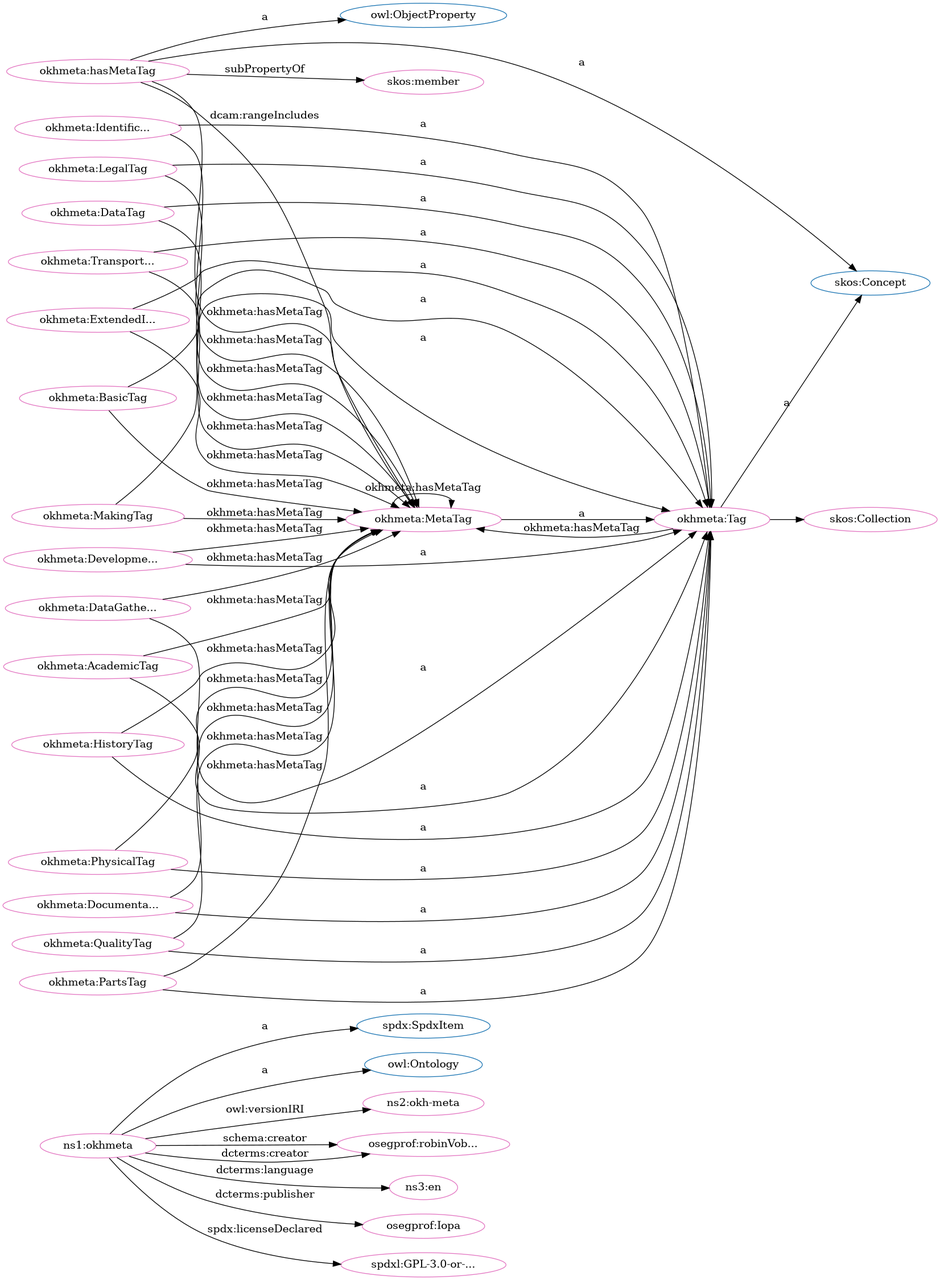
Above: src/spec/dot_okh-meta.png in iop-alliance/OpenKnowHow (Graphviz), before the change. Its source is kept beside it as src/spec/dot_okh-meta.dot.
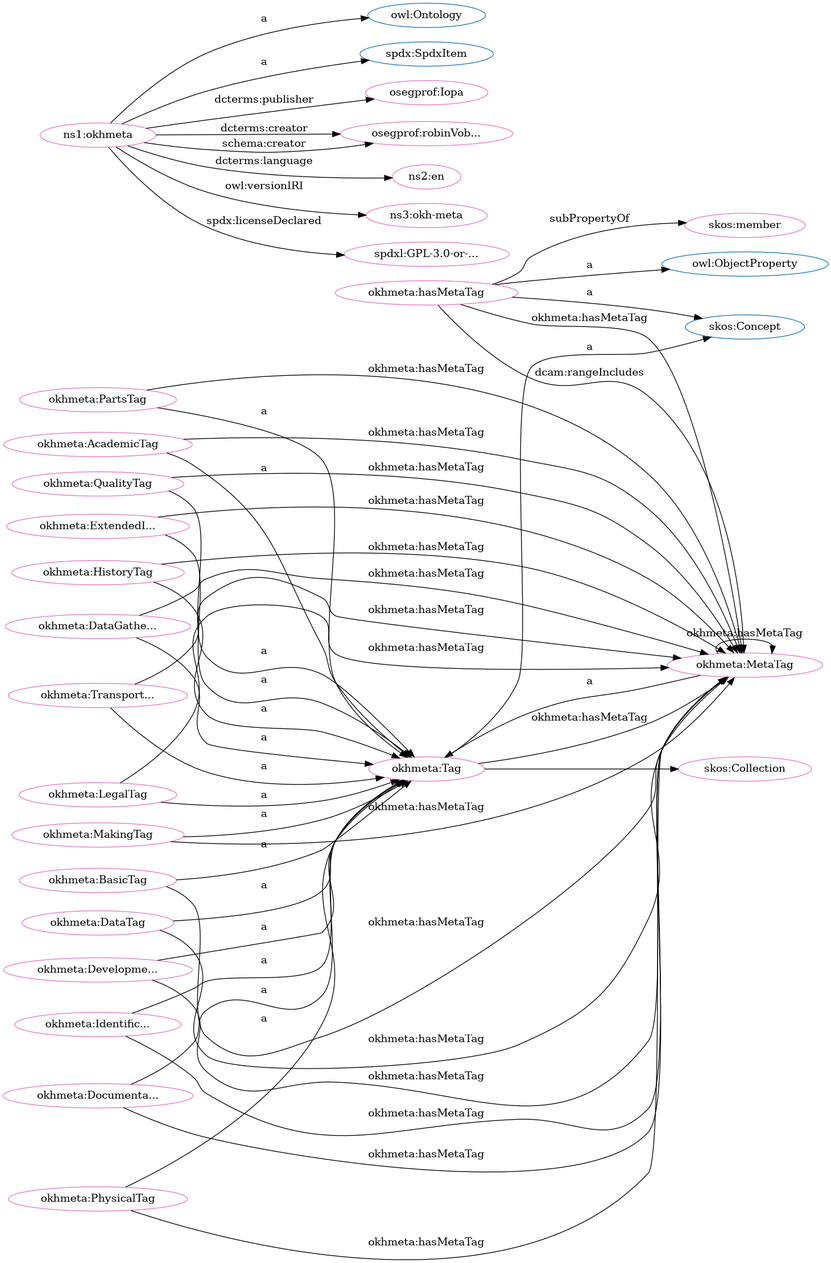
After the change.

Change to the diagram source:
```diff
@@ -1,84 +1,84 @@
 digraph G {
   rankdir=BT
   node[height=.3]
-"http://spdx.org/rdf/terms#SpdxItem" [fillcolor="#1f77b4" color="#1f77b4" label="spdx:SpdxItem"]
+"http://www.w3.org/2004/02/skos/core#Concept" [fillcolor="#1f77b4" color="#1f77b4" label="skos:Concept"]
+"http://w3id.org/oseg/ont/okhmeta#Tag" [fillcolor="#1f77b4" color="#1f77b4" label="okhmeta:Tag"]
+"http://www.w3.org/2004/02/skos/core#Collection" [fillcolor="#1f77b4" color="#1f77b4" label="skos:Collection"]
 "http://www.w3.org/2002/07/owl#Ontology" [fillcolor="#1f77b4" color="#1f77b4" label="owl:Ontology"]
 "http://www.w3.org/2002/07/owl#ObjectProperty" [fillcolor="#1f77b4" color="#1f77b4" label="owl:ObjectProperty"]
-"http://w3id.org/oseg/ont/okhmeta#Tag" [fillcolor="#1f77b4" color="#1f77b4" label="okhmeta:Tag"]
-"http://www.w3.org/2004/02/skos/core#Concept" [fillcolor="#1f77b4" color="#1f77b4" label="skos:Concept"]
-"http://www.w3.org/2004/02/skos/core#Collection" [fillcolor="#1f77b4" color="#1f77b4" label="skos:Collection"]
-"http://w3id.org/oseg/ont/okhmeta#MetaTag" [fillcolor="#e377c2" color="#e377c2" label="okhmeta:MetaTag"]
-"http://w3id.org/oseg/ont/okhmeta#hasMetaTag" [fillcolor="#e377c2" color="#e377c2" label="okhmeta:hasMetaTag"]
-"http://w3id.org/oseg/ont/okhmeta#TransportationTag" [fillcolor="#e377c2" color="#e377c2" label="okhmeta:Transport..."]
-"http://w3id.org/oseg/ont/okhmeta#PartsTag" [fillcolor="#e377c2" color="#e377c2" label="okhmeta:PartsTag"]
-"http://w3id.org/oseg/ont/okhmeta#ExtendedInfoTag" [fillcolor="#e377c2" color="#e377c2" label="okhmeta:ExtendedI..."]
+"http://spdx.org/rdf/terms#SpdxItem" [fillcolor="#1f77b4" color="#1f77b4" label="spdx:SpdxItem"]
 "http://w3id.org/oseg/ont/okhmeta#HistoryTag" [fillcolor="#e377c2" color="#e377c2" label="okhmeta:HistoryTag"]
 "http://w3id.org/oseg/ont/okhmeta" [fillcolor="#e377c2" color="#e377c2" label="ns1:okhmeta"]
+"http://w3id.org/oseg/ont/okhmeta#IdentificationTag" [fillcolor="#e377c2" color="#e377c2" label="okhmeta:Identific..."]
+"http://w3id.org/oseg/ont/okhmeta#MetaTag" [fillcolor="#e377c2" color="#e377c2" label="okhmeta:MetaTag"]
+"http://w3id.org/oseg/ont/oseg-profiles#Iopa" [fillcolor="#e377c2" color="#e377c2" label="osegprof:Iopa"]
+"http://w3id.org/oseg/ont/okhmeta#hasMetaTag" [fillcolor="#e377c2" color="#e377c2" label="okhmeta:hasMetaTag"]
+"http://w3id.org/oseg/ont/okhmeta#PartsTag" [fillcolor="#e377c2" color="#e377c2" label="okhmeta:PartsTag"]
+"http://w3id.org/oseg/ont/okhmeta#BasicTag" [fillcolor="#e377c2" color="#e377c2" label="okhmeta:BasicTag"]
 "http://w3id.org/oseg/ont/okhmeta#DevelopmentTag" [fillcolor="#e377c2" color="#e377c2" label="okhmeta:Developme..."]
+"http://w3id.org/oseg/ont/okhmeta#AcademicTag" [fillcolor="#e377c2" color="#e377c2" label="okhmeta:AcademicTag"]
+"http://w3id.org/oseg/ont/oseg-profiles#robinVobruba" [fillcolor="#e377c2" color="#e377c2" label="osegprof:robinVob..."]
+"http://w3id.org/oseg/ont/okhmeta#Tag" [fillcolor="#e377c2" color="#e377c2" label="okhmeta:Tag"]
+"http://id.loc.gov/vocabulary/iso639-1/en" [fillcolor="#e377c2" color="#e377c2" label="ns2:en"]
+"http://www.w3.org/2004/02/skos/core#member" [fillcolor="#e377c2" color="#e377c2" label="skos:member"]
+"http://w3id.org/oseg/ont/okhmeta#QualityTag" [fillcolor="#e377c2" color="#e377c2" label="okhmeta:QualityTag"]
+"http://w3id.org/oseg/ont/okhmeta#MakingTag" [fillcolor="#e377c2" color="#e377c2" label="okhmeta:MakingTag"]
+"http://w3id.org/oseg/ont/okhmeta#PhysicalTag" [fillcolor="#e377c2" color="#e377c2" label="okhmeta:PhysicalTag"]
+"http://w3id.org/oseg/ont/okhmeta#TransportationTag" [fillcolor="#e377c2" color="#e377c2" label="okhmeta:Transport..."]
+"http://w3id.org/oseg/ont/1.1.0/okh-meta" [fillcolor="#e377c2" color="#e377c2" label="ns3:okh-meta"]
+"http://w3id.org/oseg/ont/okhmeta#DocumentationTag" [fillcolor="#e377c2" color="#e377c2" label="okhmeta:Documenta..."]
 "http://w3id.org/oseg/ont/okhmeta#LegalTag" [fillcolor="#e377c2" color="#e377c2" label="okhmeta:LegalTag"]
-"http://w3id.org/oseg/ont/okhmeta#MakingTag" [fillcolor="#e377c2" color="#e377c2" label="okhmeta:MakingTag"]
 "http://w3id.org/oseg/ont/okhmeta#DataTag" [fillcolor="#e377c2" color="#e377c2" label="okhmeta:DataTag"]
-"http://www.w3.org/2004/02/skos/core#member" [fillcolor="#e377c2" color="#e377c2" label="skos:member"]
-"http://w3id.org/oseg/ont/1.1.0/okh-meta" [fillcolor="#e377c2" color="#e377c2" label="ns2:okh-meta"]
-"http://w3id.org/oseg/ont/okhmeta#QualityTag" [fillcolor="#e377c2" color="#e377c2" label="okhmeta:QualityTag"]
 "http://w3id.org/oseg/ont/okhmeta#DataGatheringTag" [fillcolor="#e377c2" color="#e377c2" label="okhmeta:DataGathe..."]
-"http://w3id.org/oseg/ont/okhmeta#IdentificationTag" [fillcolor="#e377c2" color="#e377c2" label="okhmeta:Identific..."]
-"http://w3id.org/oseg/ont/oseg-profiles#robinVobruba" [fillcolor="#e377c2" color="#e377c2" label="osegprof:robinVob..."]
-"http://w3id.org/oseg/ont/okhmeta#AcademicTag" [fillcolor="#e377c2" color="#e377c2" label="okhmeta:AcademicTag"]
-"http://w3id.org/oseg/ont/okhmeta#Tag" [fillcolor="#e377c2" color="#e377c2" label="okhmeta:Tag"]
-"http://w3id.org/oseg/ont/okhmeta#PhysicalTag" [fillcolor="#e377c2" color="#e377c2" label="okhmeta:PhysicalTag"]
-"http://id.loc.gov/vocabulary/iso639-1/en" [fillcolor="#e377c2" color="#e377c2" label="ns3:en"]
-"http://w3id.org/oseg/ont/oseg-profiles#Iopa" [fillcolor="#e377c2" color="#e377c2" label="osegprof:Iopa"]
+"http://w3id.org/oseg/ont/okhmeta#ExtendedInfoTag" [fillcolor="#e377c2" color="#e377c2" label="okhmeta:ExtendedI..."]
+"http://spdx.org/licenses/GPL-3.0-or-later" [fillcolor="#e377c2" color="#e377c2" label="spdxl:GPL-3.0-or-..."]
 "http://www.w3.org/2004/02/skos/core#Collection" [fillcolor="#e377c2" color="#e377c2" label="skos:Collection"]
-"http://w3id.org/oseg/ont/okhmeta#DocumentationTag" [fillcolor="#e377c2" color="#e377c2" label="okhmeta:Documenta..."]
-"http://w3id.org/oseg/ont/okhmeta#BasicTag" [fillcolor="#e377c2" color="#e377c2" label="okhmeta:BasicTag"]
-"http://spdx.org/licenses/GPL-3.0-or-later" [fillcolor="#e377c2" color="#e377c2" label="spdxl:GPL-3.0-or-..."]
+  "http://w3id.org/oseg/ont/okhmeta#HistoryTag" -> "http://w3id.org/oseg/ont/okhmeta#Tag" [label="a"]
+  "http://w3id.org/oseg/ont/okhmeta#IdentificationTag" -> "http://w3id.org/oseg/ont/okhmeta#Tag" [label="a"]
+  "http://w3id.org/oseg/ont/okhmeta" -> "http://w3id.org/oseg/ont/oseg-profiles#Iopa" [label="dcterms:publisher"]
+  "http://w3id.org/oseg/ont/okhmeta#hasMetaTag" -> "http://www.w3.org/2004/02/skos/core#Concept" [label="a"]
+  "http://w3id.org/oseg/ont/okhmeta#hasMetaTag" -> "http://www.w3.org/2002/07/owl#ObjectProperty" [label="a"]
+  "http://w3id.org/oseg/ont/okhmeta#Tag" -> "http://w3id.org/oseg/ont/okhmeta#MetaTag" [label="okhmeta:hasMetaTag"]
+  "http://w3id.org/oseg/ont/okhmeta#PartsTag" -> "http://w3id.org/oseg/ont/okhmeta#MetaTag" [label="okhmeta:hasMetaTag"]
+  "http://w3id.org/oseg/ont/okhmeta#BasicTag" -> "http://w3id.org/oseg/ont/okhmeta#MetaTag" [label="okhmeta:hasMetaTag"]
+  "http://w3id.org/oseg/ont/okhmeta#hasMetaTag" -> "http://w3id.org/oseg/ont/okhmeta#MetaTag" [label="dcam:rangeIncludes"]
+  "http://w3id.org/oseg/ont/okhmeta" -> "http://id.loc.gov/vocabulary/iso639-1/en" [label="dcterms:language"]
+  "http://w3id.org/oseg/ont/okhmeta#QualityTag" -> "http://w3id.org/oseg/ont/okhmeta#Tag" [label="a"]
+  "http://w3id.org/oseg/ont/okhmeta#PhysicalTag" -> "http://w3id.org/oseg/ont/okhmeta#MetaTag" [label="okhmeta:hasMetaTag"]
+  "http://w3id.org/oseg/ont/okhmeta#MakingTag" -> "http://w3id.org/oseg/ont/okhmeta#MetaTag" [label="okhmeta:hasMetaTag"]
+  "http://w3id.org/oseg/ont/okhmeta#DocumentationTag" -> "http://w3id.org/oseg/ont/okhmeta#Tag" [label="a"]
+  "http://w3id.org/oseg/ont/okhmeta#LegalTag" -> "http://w3id.org/oseg/ont/okhmeta#Tag" [label="a"]
+  "http://w3id.org/oseg/ont/okhmeta#TransportationTag" -> "http://w3id.org/oseg/ont/okhmeta#MetaTag" [label="okhmeta:hasMetaTag"]
+  "http://w3id.org/oseg/ont/okhmeta#hasMetaTag" -> "http://w3id.org/oseg/ont/okhmeta#MetaTag" [label="okhmeta:hasMetaTag"]
+  "http://w3id.org/oseg/ont/okhmeta#DataGatheringTag" -> "http://w3id.org/oseg/ont/okhmeta#Tag" [label="a"]
+  "http://w3id.org/oseg/ont/okhmeta#DataTag" -> "http://w3id.org/oseg/ont/okhmeta#MetaTag" [label="okhmeta:hasMetaTag"]
+  "http://w3id.org/oseg/ont/okhmeta#ExtendedInfoTag" -> "http://w3id.org/oseg/ont/okhmeta#Tag" [label="a"]
+  "http://w3id.org/oseg/ont/okhmeta" -> "http://spdx.org/licenses/GPL-3.0-or-later" [label="spdx:licenseDeclared"]
+  "http://w3id.org/oseg/ont/okhmeta#QualityTag" -> "http://w3id.org/oseg/ont/okhmeta#MetaTag" [label="okhmeta:hasMetaTag"]
+  "http://w3id.org/oseg/ont/okhmeta#Tag" -> "http://www.w3.org/2004/02/skos/core#Collection" [label=""]
+  "http://w3id.org/oseg/ont/okhmeta" -> "http://spdx.org/rdf/terms#SpdxItem" [label="a"]
+  "http://w3id.org/oseg/ont/okhmeta#HistoryTag" -> "http://w3id.org/oseg/ont/okhmeta#MetaTag" [label="okhmeta:hasMetaTag"]
+  "http://w3id.org/oseg/ont/okhmeta#IdentificationTag" -> "http://w3id.org/oseg/ont/okhmeta#MetaTag" [label="okhmeta:hasMetaTag"]
+  "http://w3id.org/oseg/ont/okhmeta#PartsTag" -> "http://w3id.org/oseg/ont/okhmeta#Tag" [label="a"]
+  "http://w3id.org/oseg/ont/okhmeta#BasicTag" -> "http://w3id.org/oseg/ont/okhmeta#Tag" [label="a"]
+  "http://w3id.org/oseg/ont/okhmeta#DevelopmentTag" -> "http://w3id.org/oseg/ont/okhmeta#Tag" [label="a"]
+  "http://w3id.org/oseg/ont/okhmeta#AcademicTag" -> "http://w3id.org/oseg/ont/okhmeta#Tag" [label="a"]
+  "http://w3id.org/oseg/ont/okhmeta" -> "http://w3id.org/oseg/ont/oseg-profiles#robinVobruba" [label="dcterms:creator"]
+  "http://w3id.org/oseg/ont/okhmeta#Tag" -> "http://www.w3.org/2004/02/skos/core#Concept" [label="a"]
+  "http://w3id.org/oseg/ont/okhmeta#hasMetaTag" -> "http://www.w3.org/2004/02/skos/core#member" [label="subPropertyOf"]
   "http://w3id.org/oseg/ont/okhmeta#ExtendedInfoTag" -> "http://w3id.org/oseg/ont/okhmeta#MetaTag" [label="okhmeta:hasMetaTag"]
-  "http://w3id.org/oseg/ont/okhmeta#hasMetaTag" -> "http://www.w3.org/2002/07/owl#ObjectProperty" [label="a"]
-  "http://w3id.org/oseg/ont/okhmeta#ExtendedInfoTag" -> "http://w3id.org/oseg/ont/okhmeta#Tag" [label="a"]
+  "http://w3id.org/oseg/ont/okhmeta#MakingTag" -> "http://w3id.org/oseg/ont/okhmeta#Tag" [label="a"]
+  "http://w3id.org/oseg/ont/okhmeta#PhysicalTag" -> "http://w3id.org/oseg/ont/okhmeta#Tag" [label="a"]
+  "http://w3id.org/oseg/ont/okhmeta" -> "http://w3id.org/oseg/ont/oseg-profiles#robinVobruba" [label="schema:creator"]
+  "http://w3id.org/oseg/ont/okhmeta#AcademicTag" -> "http://w3id.org/oseg/ont/okhmeta#MetaTag" [label="okhmeta:hasMetaTag"]
+  "http://w3id.org/oseg/ont/okhmeta#TransportationTag" -> "http://w3id.org/oseg/ont/okhmeta#Tag" [label="a"]
   "http://w3id.org/oseg/ont/okhmeta#MetaTag" -> "http://w3id.org/oseg/ont/okhmeta#Tag" [label="a"]
+  "http://w3id.org/oseg/ont/okhmeta" -> "http://w3id.org/oseg/ont/1.1.0/okh-meta" [label="owl:versionIRI"]
+  "http://w3id.org/oseg/ont/okhmeta#DataTag" -> "http://w3id.org/oseg/ont/okhmeta#Tag" [label="a"]
+  "http://w3id.org/oseg/ont/okhmeta#MetaTag" -> "http://w3id.org/oseg/ont/okhmeta#MetaTag" [label="okhmeta:hasMetaTag"]
+  "http://w3id.org/oseg/ont/okhmeta#DocumentationTag" -> "http://w3id.org/oseg/ont/okhmeta#MetaTag" [label="okhmeta:hasMetaTag"]
+  "http://w3id.org/oseg/ont/okhmeta#DevelopmentTag" -> "http://w3id.org/oseg/ont/okhmeta#MetaTag" [label="okhmeta:hasMetaTag"]
+  "http://w3id.org/oseg/ont/okhmeta#LegalTag" -> "http://w3id.org/oseg/ont/okhmeta#MetaTag" [label="okhmeta:hasMetaTag"]
+  "http://w3id.org/oseg/ont/okhmeta#DataGatheringTag" -> "http://w3id.org/oseg/ont/okhmeta#MetaTag" [label="okhmeta:hasMetaTag"]
   "http://w3id.org/oseg/ont/okhmeta" -> "http://www.w3.org/2002/07/owl#Ontology" [label="a"]
-  "http://w3id.org/oseg/ont/okhmeta#HistoryTag" -> "http://w3id.org/oseg/ont/okhmeta#MetaTag" [label="okhmeta:hasMetaTag"]
-  "http://w3id.org/oseg/ont/okhmeta#MakingTag" -> "http://w3id.org/oseg/ont/okhmeta#Tag" [label="a"]
-  "http://w3id.org/oseg/ont/okhmeta#DevelopmentTag" -> "http://w3id.org/oseg/ont/okhmeta#MetaTag" [label="okhmeta:hasMetaTag"]
-  "http://w3id.org/oseg/ont/okhmeta" -> "http://spdx.org/rdf/terms#SpdxItem" [label="a"]
-  "http://w3id.org/oseg/ont/okhmeta#DataTag" -> "http://w3id.org/oseg/ont/okhmeta#Tag" [label="a"]
-  "http://w3id.org/oseg/ont/okhmeta#QualityTag" -> "http://w3id.org/oseg/ont/okhmeta#MetaTag" [label="okhmeta:hasMetaTag"]
-  "http://w3id.org/oseg/ont/okhmeta#BasicTag" -> "http://w3id.org/oseg/ont/okhmeta#MetaTag" [label="okhmeta:hasMetaTag"]
-  "http://w3id.org/oseg/ont/okhmeta#QualityTag" -> "http://w3id.org/oseg/ont/okhmeta#Tag" [label="a"]
-  "http://w3id.org/oseg/ont/okhmeta#MetaTag" -> "http://w3id.org/oseg/ont/okhmeta#MetaTag" [label="okhmeta:hasMetaTag"]
-  "http://w3id.org/oseg/ont/okhmeta#DataGatheringTag" -> "http://w3id.org/oseg/ont/okhmeta#MetaTag" [label="okhmeta:hasMetaTag"]
-  "http://w3id.org/oseg/ont/okhmeta#IdentificationTag" -> "http://w3id.org/oseg/ont/okhmeta#Tag" [label="a"]
-  "http://w3id.org/oseg/ont/okhmeta#PhysicalTag" -> "http://w3id.org/oseg/ont/okhmeta#MetaTag" [label="okhmeta:hasMetaTag"]
-  "http://w3id.org/oseg/ont/okhmeta" -> "http://w3id.org/oseg/ont/oseg-profiles#robinVobruba" [label="schema:creator"]
-  "http://w3id.org/oseg/ont/okhmeta#PhysicalTag" -> "http://w3id.org/oseg/ont/okhmeta#Tag" [label="a"]
-  "http://w3id.org/oseg/ont/okhmeta#Tag" -> "http://w3id.org/oseg/ont/okhmeta#MetaTag" [label="okhmeta:hasMetaTag"]
-  "http://w3id.org/oseg/ont/okhmeta#Tag" -> "http://www.w3.org/2004/02/skos/core#Collection" [label=""]
-  "http://w3id.org/oseg/ont/okhmeta#DocumentationTag" -> "http://w3id.org/oseg/ont/okhmeta#Tag" [label="a"]
-  "http://w3id.org/oseg/ont/okhmeta#hasMetaTag" -> "http://www.w3.org/2004/02/skos/core#Concept" [label="a"]
-  "http://w3id.org/oseg/ont/okhmeta#hasMetaTag" -> "http://w3id.org/oseg/ont/okhmeta#MetaTag" [label="dcam:rangeIncludes"]
-  "http://w3id.org/oseg/ont/okhmeta" -> "http://w3id.org/oseg/ont/oseg-profiles#robinVobruba" [label="dcterms:creator"]
-  "http://w3id.org/oseg/ont/okhmeta#DataTag" -> "http://w3id.org/oseg/ont/okhmeta#MetaTag" [label="okhmeta:hasMetaTag"]
-  "http://w3id.org/oseg/ont/okhmeta" -> "http://spdx.org/licenses/GPL-3.0-or-later" [label="spdx:licenseDeclared"]
-  "http://w3id.org/oseg/ont/okhmeta#BasicTag" -> "http://w3id.org/oseg/ont/okhmeta#Tag" [label="a"]
-  "http://w3id.org/oseg/ont/okhmeta#IdentificationTag" -> "http://w3id.org/oseg/ont/okhmeta#MetaTag" [label="okhmeta:hasMetaTag"]
-  "http://w3id.org/oseg/ont/okhmeta#TransportationTag" -> "http://w3id.org/oseg/ont/okhmeta#Tag" [label="a"]
-  "http://w3id.org/oseg/ont/okhmeta#PartsTag" -> "http://w3id.org/oseg/ont/okhmeta#Tag" [label="a"]
-  "http://w3id.org/oseg/ont/okhmeta#HistoryTag" -> "http://w3id.org/oseg/ont/okhmeta#Tag" [label="a"]
-  "http://w3id.org/oseg/ont/okhmeta#DevelopmentTag" -> "http://w3id.org/oseg/ont/okhmeta#Tag" [label="a"]
-  "http://w3id.org/oseg/ont/okhmeta#LegalTag" -> "http://w3id.org/oseg/ont/okhmeta#Tag" [label="a"]
-  "http://w3id.org/oseg/ont/okhmeta#hasMetaTag" -> "http://www.w3.org/2004/02/skos/core#member" [label="subPropertyOf"]
-  "http://w3id.org/oseg/ont/okhmeta#MakingTag" -> "http://w3id.org/oseg/ont/okhmeta#MetaTag" [label="okhmeta:hasMetaTag"]
-  "http://w3id.org/oseg/ont/okhmeta" -> "http://w3id.org/oseg/ont/1.1.0/okh-meta" [label="owl:versionIRI"]
-  "http://w3id.org/oseg/ont/okhmeta#DataGatheringTag" -> "http://w3id.org/oseg/ont/okhmeta#Tag" [label="a"]
-  "http://w3id.org/oseg/ont/okhmeta#PartsTag" -> "http://w3id.org/oseg/ont/okhmeta#MetaTag" [label="okhmeta:hasMetaTag"]
-  "http://w3id.org/oseg/ont/okhmeta#AcademicTag" -> "http://w3id.org/oseg/ont/okhmeta#MetaTag" [label="okhmeta:hasMetaTag"]
-  "http://w3id.org/oseg/ont/okhmeta#TransportationTag" -> "http://w3id.org/oseg/ont/okhmeta#MetaTag" [label="okhmeta:hasMetaTag"]
-  "http://w3id.org/oseg/ont/okhmeta#AcademicTag" -> "http://w3id.org/oseg/ont/okhmeta#Tag" [label="a"]
-  "http://w3id.org/oseg/ont/okhmeta#Tag" -> "http://www.w3.org/2004/02/skos/core#Concept" [label="a"]
-  "http://w3id.org/oseg/ont/okhmeta" -> "http://id.loc.gov/vocabulary/iso639-1/en" [label="dcterms:language"]
-  "http://w3id.org/oseg/ont/okhmeta" -> "http://w3id.org/oseg/ont/oseg-profiles#Iopa" [label="dcterms:publisher"]
-  "http://w3id.org/oseg/ont/okhmeta#LegalTag" -> "http://w3id.org/oseg/ont/okhmeta#MetaTag" [label="okhmeta:hasMetaTag"]
-  "http://w3id.org/oseg/ont/okhmeta#DocumentationTag" -> "http://w3id.org/oseg/ont/okhmeta#MetaTag" [label="okhmeta:hasMetaTag"]
-  "http://w3id.org/oseg/ont/okhmeta#hasMetaTag" -> "http://w3id.org/oseg/ont/okhmeta#MetaTag" [label="okhmeta:hasMetaTag"]
 }
```
